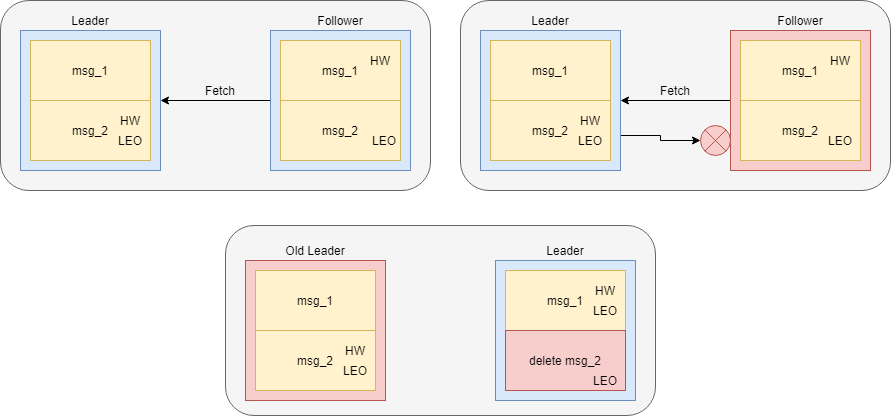
This is img/Kafka-HA-error02.png from antonyw/coding-thinking, a draw.io export, as it was before one commit. Source tidied: cells renumbered, new cells last; positions are measured from the earlier drawing's top-left corner, leaving out a move shared by most shapes.
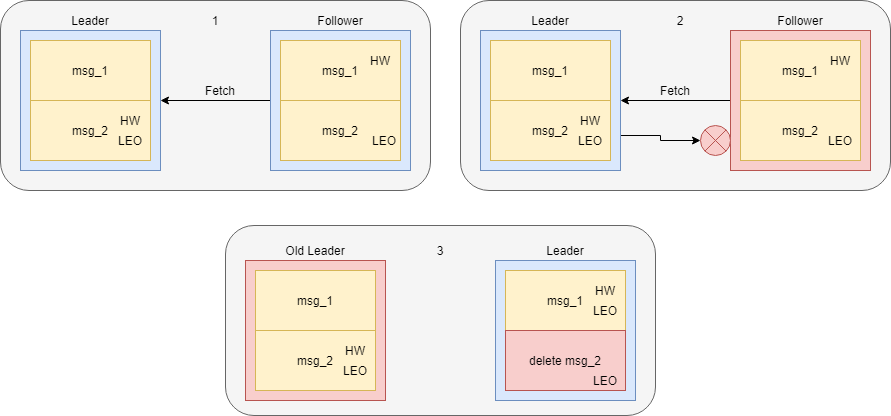
The same file after the commit.

Diff of the diagram source:
```diff
@@ -140,5 +140,14 @@
     <mxCell id="47" value="LEO" style="text;html=1;strokeColor=none;fillColor=none;align=center;verticalAlign=middle;whiteSpace=wrap;rounded=0;" parent="1" vertex="1">
       <mxGeometry x="585" y="370" width="40" height="20" as="geometry" />
     </mxCell>
+    <mxCell id="48" value="1" style="text;html=1;strokeColor=none;fillColor=none;align=center;verticalAlign=middle;whiteSpace=wrap;rounded=0;" parent="1" vertex="1">
+      <mxGeometry x="195" y="10" width="40" height="20" as="geometry" />
+    </mxCell>
+    <mxCell id="49" value="2" style="text;html=1;strokeColor=none;fillColor=none;align=center;verticalAlign=middle;whiteSpace=wrap;rounded=0;" parent="1" vertex="1">
+      <mxGeometry x="660" y="10" width="40" height="20" as="geometry" />
+    </mxCell>
+    <mxCell id="50" value="3" style="text;html=1;strokeColor=none;fillColor=none;align=center;verticalAlign=middle;whiteSpace=wrap;rounded=0;" parent="1" vertex="1">
+      <mxGeometry x="420" y="240" width="40" height="20" as="geometry" />
+    </mxCell>
   </root>
 </mxGraphModel>
```
